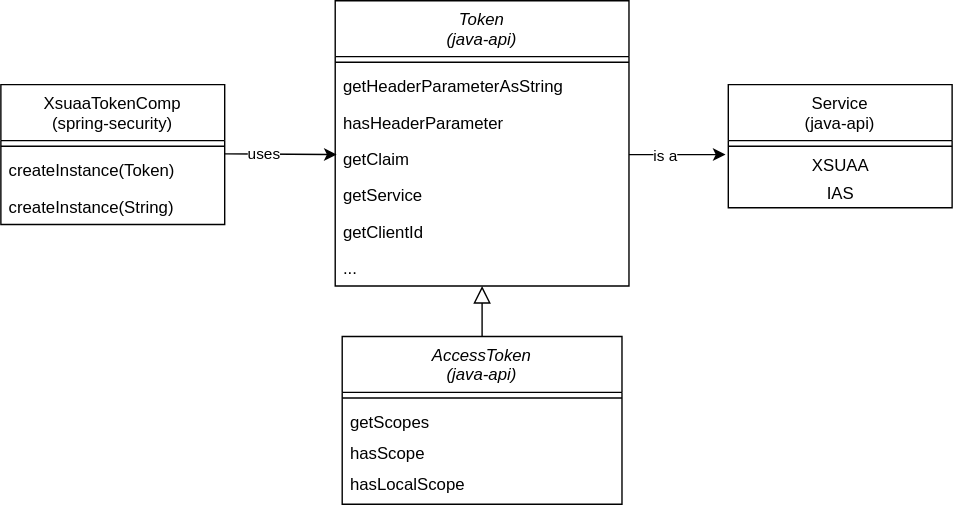
SAP/cloud-security-services-integration-library keeps this draw.io diagram as spring-security/images/TokenInterfaces.drawio.svg. Above is the earlier version. Source tidied: cells renumbered, new cells last; positions are measured from the earlier drawing's top-left corner, leaving out a move shared by most shapes.
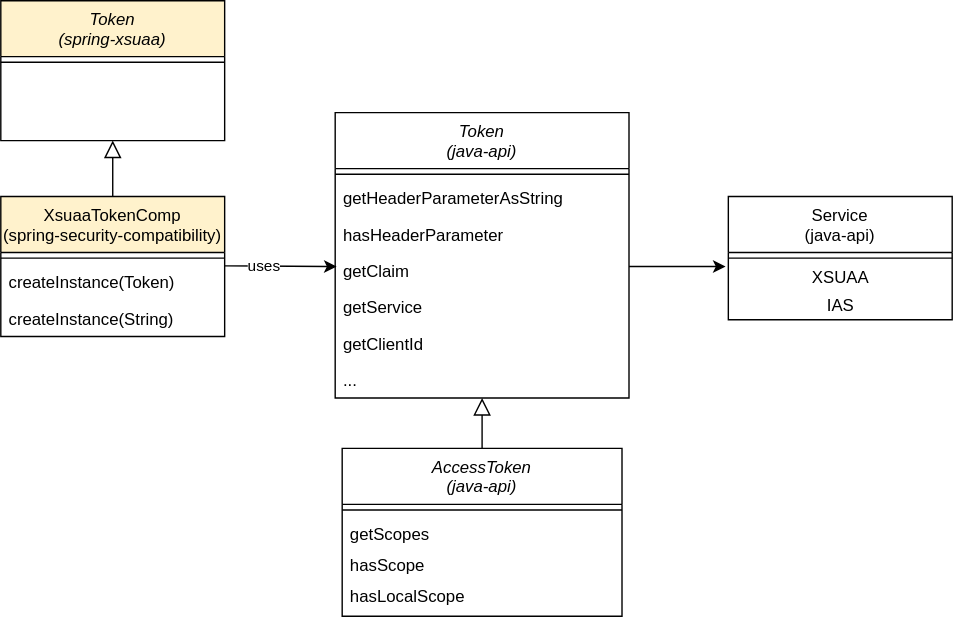
The same diagram one commit later.

Commit message:
move XsuaaTokenComp to extra module and adapt migration guide

Diff of the diagram source:
```diff
@@ -29,7 +29,7 @@
     <mxCell id="10" style="endArrow=block;endSize=10;endFill=0;shadow=0;strokeWidth=1;rounded=0;edgeStyle=elbowEdgeStyle;elbow=vertical;exitX=0.5;exitY=0;exitDx=0;exitDy=0;" parent="1" edge="1" source="19" target="2">
       <mxGeometry relative="1" as="geometry" />
     </mxCell>
-    <mxCell id="11" value="XsuaaTokenComp&#10;(spring-security)" style="swimlane;fontStyle=0;align=center;verticalAlign=top;horizontal=1;startSize=40;rounded=0;shadow=0;strokeWidth=1;" parent="1" vertex="1">
+    <mxCell id="11" value="XsuaaTokenComp&#10;(spring-security-compatibility)" style="swimlane;fontStyle=0;align=center;verticalAlign=top;horizontal=1;startSize=40;rounded=0;shadow=0;strokeWidth=1;fillColor=#FFF2CC;" parent="1" vertex="1">
       <mxGeometry y="60" width="160" height="100" as="geometry" />
     </mxCell>
     <mxCell id="12" style="line;html=1;strokeWidth=1;align=left;verticalAlign=middle;spacingTop=-1;spacingLeft=3;spacingRight=3;labelPosition=right;" parent="11" vertex="1">
@@ -47,9 +47,6 @@
         <mxPoint x="518" y="110" as="targetPoint" />
       </mxGeometry>
     </mxCell>
-    <mxCell id="16" value="is a" style="edgeLabel;html=1;align=center;verticalAlign=middle;" parent="15" vertex="1">
-      <mxGeometry x="-0.29" relative="1" as="geometry" />
-    </mxCell>
     <mxCell id="17" style="endArrow=classic;html=1;" parent="1" edge="1">
       <mxGeometry relative="1" as="geometry">
         <mxPoint x="160" y="109.5" as="sourcePoint" />
@@ -86,5 +83,17 @@
     <mxCell id="27" value="IAS" style="text;html=1;align=center;verticalAlign=middle;strokeColor=none;" parent="24" vertex="1">
       <mxGeometry y="68" width="160" height="20" as="geometry" />
     </mxCell>
+    <mxCell id="28" value="Token&#10;(spring-xsuaa)" style="swimlane;fontStyle=2;align=center;verticalAlign=top;horizontal=1;startSize=40;rounded=0;shadow=0;strokeWidth=1;fillColor=#FFF2CC;" parent="1" vertex="1">
+      <mxGeometry y="-80" width="160" height="100" as="geometry" />
+    </mxCell>
+    <mxCell id="29" style="line;html=1;strokeWidth=1;align=left;verticalAlign=middle;spacingTop=-1;spacingLeft=3;spacingRight=3;labelPosition=right;" parent="28" vertex="1">
+      <mxGeometry y="40" width="160" height="8" as="geometry" />
+    </mxCell>
+    <mxCell id="30" style="endArrow=block;endSize=10;endFill=0;shadow=0;strokeWidth=1;rounded=0;edgeStyle=elbowEdgeStyle;elbow=vertical;" parent="1" edge="1">
+      <mxGeometry relative="1" as="geometry">
+        <mxPoint x="80" y="60" as="sourcePoint" />
+        <mxPoint x="80" y="20" as="targetPoint" />
+      </mxGeometry>
+    </mxCell>
   </root>
 </mxGraphModel>
```
